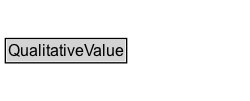
The Graphviz diagram docs/diagrams/QualitativeValue.dot.png in k-vaughn/ontology-import-gr, before a commit. Its source is kept beside it as docs/diagrams/QualitativeValue.dot. Its diagram source:
```dot
digraph {
	graph [overlap=false rankdir=TB splines=true]
	node [fontname=Arial fontsize=12 margin=0 shape=none]
	edge [fontname=Arial fontsize=11]
	QualitativeValue [label=<<TABLE BORDER="1" CELLBORDER="0" CELLSPACING="0" CELLPADDING="1"><TR><TD BGCOLOR="lightgray" ALIGN="CENTER">QualitativeValue</TD></TR></TABLE>> URL="../QualitativeValue" margin=0]
	{
		rank=max
	}
	subgraph cluster_associated {
		label="" style=invis
		Invis [label=<<TABLE BORDER="0" CELLBORDER="0" CELLSPACING="0" CELLPADDING="1"><TR><TD></TD></TR></TABLE>> margin=0 style=invis]
	}
}
```
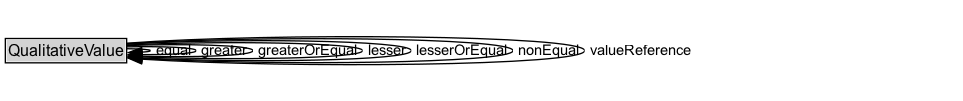
After the commit.

Diff of the diagram source:
```diff
@@ -2,7 +2,10 @@
 	graph [overlap=false rankdir=TB splines=true]
 	node [fontname=Arial fontsize=12 margin=0 shape=none]
 	edge [fontname=Arial fontsize=11]
-	QualitativeValue [label=<<TABLE BORDER="1" CELLBORDER="0" CELLSPACING="0" CELLPADDING="1"><TR><TD BGCOLOR="lightgray" ALIGN="CENTER">QualitativeValue</TD></TR></TABLE>> URL="../QualitativeValue" margin=0]
+	{
+		rank=source
+	}
+	QualitativeValue [label=<<TABLE BORDER="1" CELLBORDER="0" CELLSPACING="0" CELLPADDING="1"><TR><TD BGCOLOR="lightgray" ALIGN="CENTER">QualitativeValue</TD></TR><TR><TD ALIGN="LEFT">description : rdfs:Literal</TD></TR><TR><TD ALIGN="LEFT">name : rdfs:Literal</TD></TR></TABLE>> URL="../QualitativeValue" margin=0]
 	{
 		rank=max
 	}
@@ -10,4 +13,12 @@
 		label="" style=invis
 		Invis [label=<<TABLE BORDER="0" CELLBORDER="0" CELLSPACING="0" CELLPADDING="1"><TR><TD></TD></TR></TABLE>> margin=0 style=invis]
 	}
+	QualitativeValue [label=<<TABLE BORDER="1" CELLBORDER="0" CELLSPACING="0" CELLPADDING="1"><TR><TD BGCOLOR="lightgray" ALIGN="CENTER">QualitativeValue</TD></TR></TABLE>> URL="../QualitativeValue" margin=0]
+	QualitativeValue -> QualitativeValue [label=<<TABLE BORDER="0" CELLBORDER="0" CELLSPACING="0" CELLPADDING="4" BGCOLOR="white"><TR><TD ALIGN="CENTER">equal</TD></TR></TABLE>> arrowhead=normal style=solid]
+	QualitativeValue -> QualitativeValue [label=<<TABLE BORDER="0" CELLBORDER="0" CELLSPACING="0" CELLPADDING="4" BGCOLOR="white"><TR><TD ALIGN="CENTER">greater</TD></TR></TABLE>> arrowhead=normal style=solid]
+	QualitativeValue -> QualitativeValue [label=<<TABLE BORDER="0" CELLBORDER="0" CELLSPACING="0" CELLPADDING="4" BGCOLOR="white"><TR><TD ALIGN="CENTER">greaterOrEqual</TD></TR></TABLE>> arrowhead=normal style=solid]
+	QualitativeValue -> QualitativeValue [label=<<TABLE BORDER="0" CELLBORDER="0" CELLSPACING="0" CELLPADDING="4" BGCOLOR="white"><TR><TD ALIGN="CENTER">lesser</TD></TR></TABLE>> arrowhead=normal style=solid]
+	QualitativeValue -> QualitativeValue [label=<<TABLE BORDER="0" CELLBORDER="0" CELLSPACING="0" CELLPADDING="4" BGCOLOR="white"><TR><TD ALIGN="CENTER">lesserOrEqual</TD></TR></TABLE>> arrowhead=normal style=solid]
+	QualitativeValue -> QualitativeValue [label=<<TABLE BORDER="0" CELLBORDER="0" CELLSPACING="0" CELLPADDING="4" BGCOLOR="white"><TR><TD ALIGN="CENTER">nonEqual</TD></TR></TABLE>> arrowhead=normal style=solid]
+	QualitativeValue -> QualitativeValue [label=<<TABLE BORDER="0" CELLBORDER="0" CELLSPACING="0" CELLPADDING="4" BGCOLOR="white"><TR><TD ALIGN="CENTER">valueReference</TD></TR></TABLE>> arrowhead=normal style=solid]
 }
```
